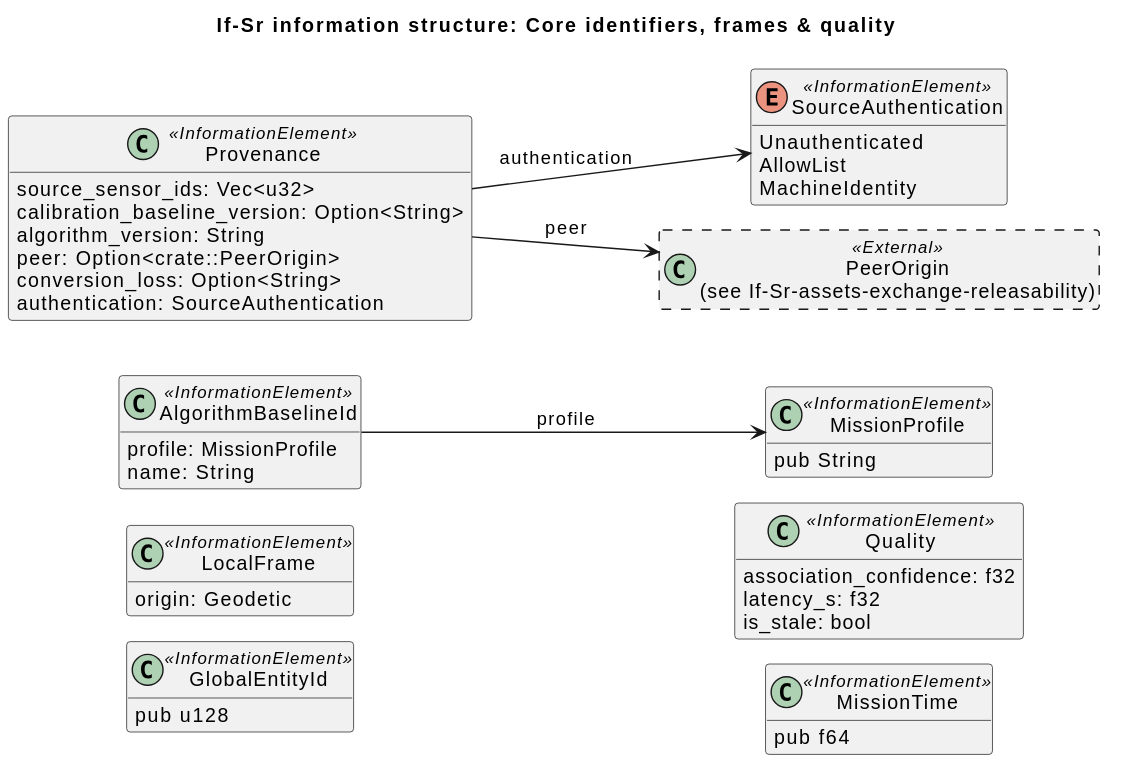
Before: docs/architecture/uaf/rendered/information/If-Sr-core-identifiers-frames-quality.svg, a diagram exported from PlantUML (WayneRoessling/gungnir). The source it was exported from:
```plantuml
@startuml
title If-Sr information structure: Core identifiers, frames & quality
left to right direction
!pragma layout smetana
hide empty members
skinparam classAttributeIconSize 0
class "LocalFrame" as LocalFrame <<InformationElement>> {
  origin: Geodetic
}
class "GlobalEntityId" as GlobalEntityId <<InformationElement>> {
  pub u128
}
class "MissionProfile" as MissionProfile <<InformationElement>> {
  pub String
}
class "AlgorithmBaselineId" as AlgorithmBaselineId <<InformationElement>> {
  profile: MissionProfile
  name: String
}
class "Provenance" as Provenance <<InformationElement>> {
  source_sensor_ids: Vec<u32>
  calibration_baseline_version: Option<String>
  algorithm_version: String
  peer: Option<crate::PeerOrigin>
  conversion_loss: Option<String>
  authentication: SourceAuthentication
}
enum "SourceAuthentication" as SourceAuthentication <<InformationElement>> {
  Unauthenticated
  AllowList
  MachineIdentity
}
class "Quality" as Quality <<InformationElement>> {
  association_confidence: f32
  latency_s: f32
  is_stale: bool
}
class "MissionTime" as MissionTime <<InformationElement>> {
  pub f64
}
class "PeerOrigin\n(see If-Sr-assets-exchange-releasability)" as PeerOrigin <<External>> #line.dashed {
}
AlgorithmBaselineId --> MissionProfile : profile
Provenance --> PeerOrigin : peer
Provenance --> SourceAuthentication : authentication
@enduml
```
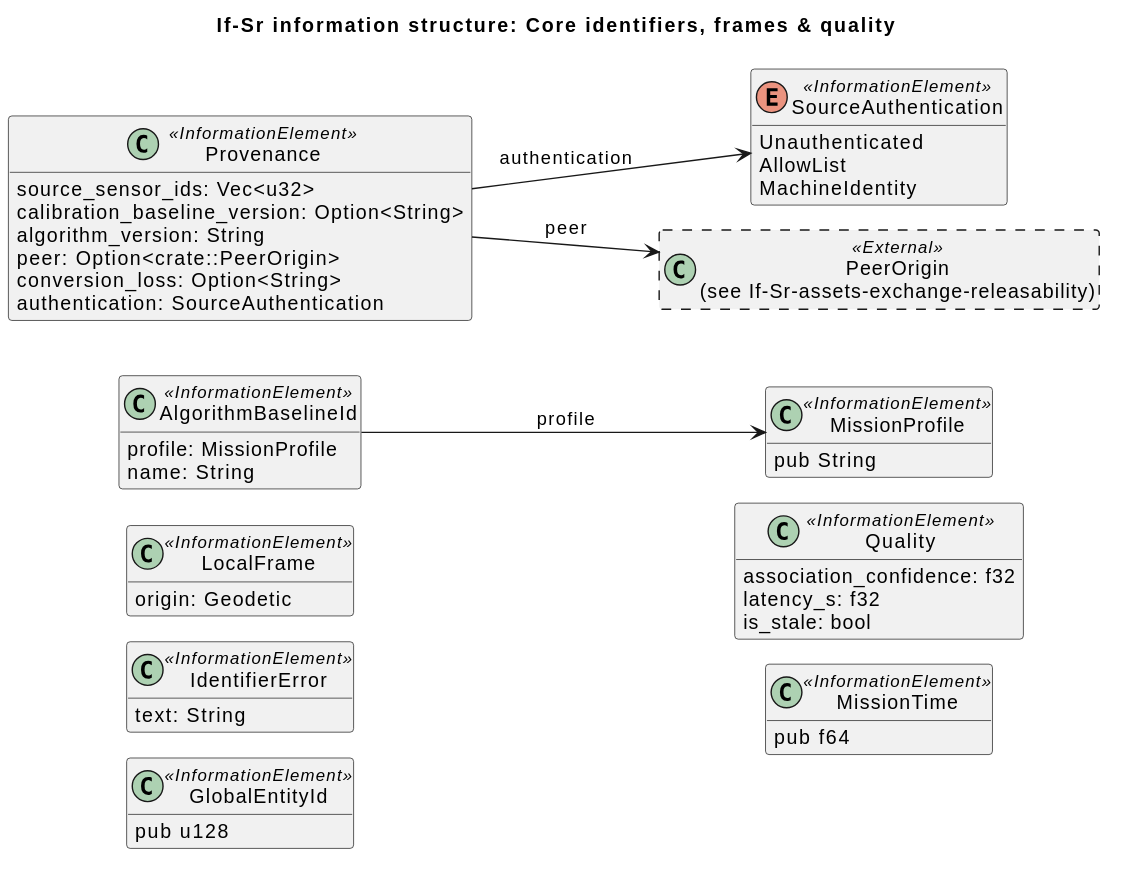
After the change.

The edit, as a diff of the source:
```diff
@@ -6,6 +6,9 @@
 skinparam classAttributeIconSize 0
 class "LocalFrame" as LocalFrame <<InformationElement>> {
   origin: Geodetic
+}
+class "IdentifierError" as IdentifierError <<InformationElement>> {
+  text: String
 }
 class "GlobalEntityId" as GlobalEntityId <<InformationElement>> {
   pub u128
```
